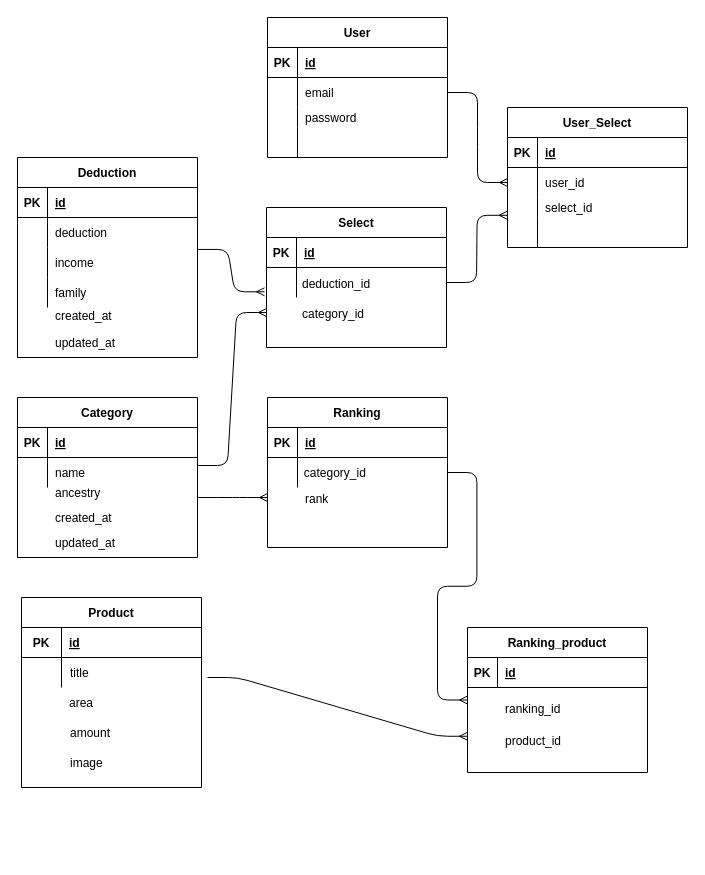
Before: page "ページ1" (1 of 2) of Untitled Diagram.drawio in kojikoji00/furusele-app, a draw.io diagram. Source tidied: cells renumbered, new cells numbered last; positions are measured from the earlier drawing's top-left corner, leaving out a move shared by most shapes. Both pictures are drawn from the tidied source at 100%, with x=0, y=0 at pixel (17, 17).
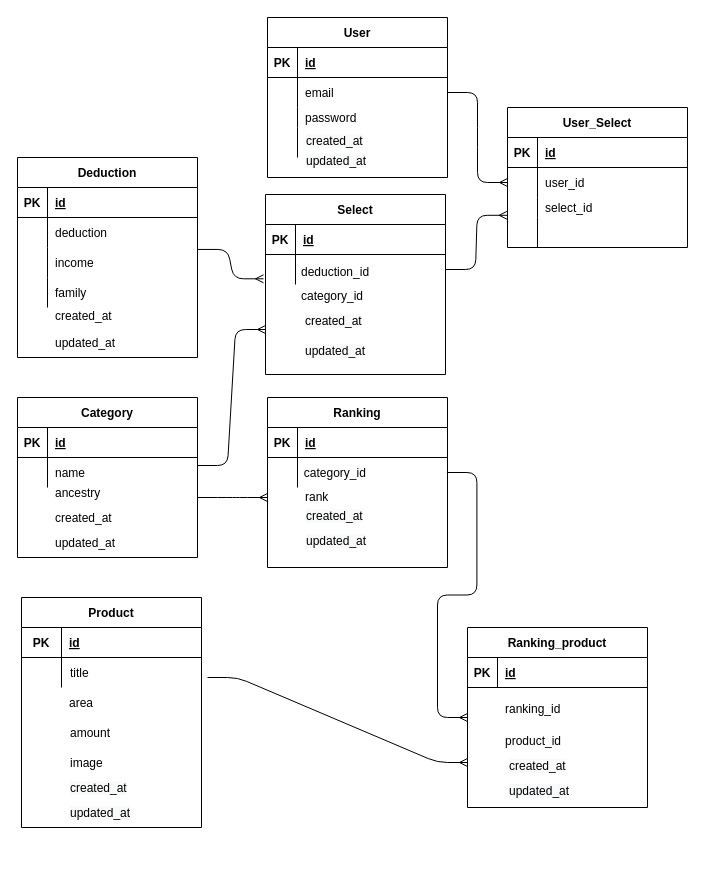
The same diagram, later.

Commit message (it also covers changes not shown here):
Untitled Diagram.drawio を更新します

The change refers to these unchanged cells:
```xml
<mxCell id="15" style="group;" parent="1" vertex="1">
  <mxGeometry x="5" y="580" width="180" height="260" as="geometry" />
</mxCell>
```

Change to the diagram source:
```diff
@@
     <mxCell id="16" value="Product" style="shape=table;startSize=30;childLayout=tableLayout;rowLines=0;fontStyle=1;align=center;" parent="15" vertex="1">
-      <mxGeometry x="-1" width="180" height="190" as="geometry" />
+      <mxGeometry x="-1" width="180" height="230" as="geometry" />
     </mxCell>
@@
+    <mxCell id="115" value="&lt;span style=&quot;color: rgb(0, 0, 0); font-family: helvetica; font-size: 12px; font-style: normal; font-weight: 400; letter-spacing: normal; text-align: left; text-indent: 0px; text-transform: none; word-spacing: 0px; background-color: rgb(248, 249, 250); display: inline; float: none;&quot;&gt;created_at&lt;/span&gt;" style="text;whiteSpace=wrap;html=1;" parent="15" vertex="1">
+      <mxGeometry x="46" y="177" width="80" height="30" as="geometry" />
+    </mxCell>
+    <mxCell id="116" value="&lt;span style=&quot;color: rgb(0 , 0 , 0) ; font-family: &amp;#34;helvetica&amp;#34; ; font-size: 12px ; font-style: normal ; font-weight: 400 ; letter-spacing: normal ; text-align: left ; text-indent: 0px ; text-transform: none ; word-spacing: 0px ; background-color: rgb(248 , 249 , 250) ; display: inline ; float: none&quot;&gt;updated_at&lt;/span&gt;" style="text;whiteSpace=wrap;html=1;" parent="15" vertex="1">
+      <mxGeometry x="46" y="202" width="80" height="30" as="geometry" />
+    </mxCell>
     <mxCell id="27" value="User" style="shape=table;startSize=30;childLayout=tableLayout;rowLines=0;fontStyle=1;align=center;" parent="1" vertex="1">
-      <mxGeometry x="250" width="180" height="140" as="geometry" />
+      <mxGeometry x="250" width="180" height="160" as="geometry" />
     </mxCell>
@@
     <mxCell id="40" style="group;" parent="1" vertex="1">
-      <mxGeometry x="450" y="620" width="180" height="145" as="geometry" />
+      <mxGeometry x="450" y="620" width="180" height="170" as="geometry" />
     </mxCell>
     <mxCell id="41" style="group;" parent="40" vertex="1">
-      <mxGeometry y="-10" width="180" height="145" as="geometry" />
+      <mxGeometry y="-10" width="180" height="180" as="geometry" />
     </mxCell>
@@
     <mxCell id="45" value="Ranking_product" style="shape=table;startSize=30;childLayout=tableLayout;rowLines=0;fontStyle=1;align=center;" parent="41" vertex="1">
-      <mxGeometry width="180" height="145" as="geometry" />
+      <mxGeometry width="180" height="180" as="geometry" />
     </mxCell>
@@
+    <mxCell id="117" value="&lt;span style=&quot;color: rgb(0, 0, 0); font-family: helvetica; font-size: 12px; font-style: normal; font-weight: 400; letter-spacing: normal; text-align: left; text-indent: 0px; text-transform: none; word-spacing: 0px; background-color: rgb(248, 249, 250); display: inline; float: none;&quot;&gt;created_at&lt;/span&gt;" style="text;whiteSpace=wrap;html=1;" parent="41" vertex="1">
+      <mxGeometry x="40" y="125" width="80" height="30" as="geometry" />
+    </mxCell>
+    <mxCell id="118" value="&lt;span style=&quot;color: rgb(0 , 0 , 0) ; font-family: &amp;#34;helvetica&amp;#34; ; font-size: 12px ; font-style: normal ; font-weight: 400 ; letter-spacing: normal ; text-align: left ; text-indent: 0px ; text-transform: none ; word-spacing: 0px ; background-color: rgb(248 , 249 , 250) ; display: inline ; float: none&quot;&gt;updated_at&lt;/span&gt;" style="text;whiteSpace=wrap;html=1;" parent="41" vertex="1">
+      <mxGeometry x="40" y="150" width="80" height="30" as="geometry" />
+    </mxCell>
     <mxCell id="49" style="group;" parent="1" vertex="1">
-      <mxGeometry x="250" y="380" width="190" height="150" as="geometry" />
+      <mxGeometry x="250" y="380" width="190" height="170" as="geometry" />
     </mxCell>
     <mxCell id="50" value="Ranking" style="shape=table;startSize=30;childLayout=tableLayout;rowLines=0;fontStyle=1;align=center;" parent="49" vertex="1">
-      <mxGeometry width="180" height="150" as="geometry" />
+      <mxGeometry width="180" height="170" as="geometry" />
     </mxCell>
@@
     <mxCell id="57" style="shape=partialRectangle;fillColor=none;top=0;left=0;bottom=0;right=0;points=[[0,0.5],[1,0.5]];portConstraint=eastwest;" parent="49" vertex="1">
-      <mxGeometry x="10" y="60" width="169.4" height="30" as="geometry" />
+      <mxGeometry x="10" y="58" width="169.4" height="34" as="geometry" />
     </mxCell>
     <mxCell id="58" style="shape=partialRectangle;fillColor=none;top=0;left=0;bottom=0;right=0;overflow=hidden;" parent="57" vertex="1">
-      <mxGeometry width="18.8" height="30" as="geometry" />
+      <mxGeometry width="18.8" height="34" as="geometry" />
     </mxCell>
     <mxCell id="59" value="category_id" style="shape=partialRectangle;fillColor=none;top=0;left=0;bottom=0;right=0;align=left;spacingLeft=6;overflow=hidden;" parent="57" vertex="1">
-      <mxGeometry x="18.8" width="150.6" height="30" as="geometry" />
+      <mxGeometry x="18.8" width="150.6" height="34" as="geometry" />
     </mxCell>
     <mxCell id="60" style="shape=partialRectangle;fillColor=none;top=0;left=0;bottom=0;right=0;" parent="49" vertex="1">
-      <mxGeometry x="10" y="100" width="180" height="20" as="geometry" />
+      <mxGeometry x="10" y="113.3" width="180" height="22.7" as="geometry" />
     </mxCell>
     <mxCell id="61" style="shape=partialRectangle;fillColor=none;top=0;left=0;bottom=0;right=0;overflow=hidden;" parent="60" vertex="1">
-      <mxGeometry width="20" height="1.9" as="geometry" />
+      <mxGeometry width="20" height="2.1" as="geometry" />
     </mxCell>
     <mxCell id="62" value="rank" style="shape=partialRectangle;fillColor=none;top=0;left=0;bottom=0;right=0;align=left;spacingLeft=6;overflow=hidden;" parent="60" vertex="1">
-      <mxGeometry x="20" width="160" height="1.2" as="geometry" />
+      <mxGeometry x="20" y="-30" width="160" height="31.4" as="geometry" />
     </mxCell>
@@
     <mxCell id="89" style="group;" parent="1" vertex="1">
-      <mxGeometry x="247" y="190" width="182" height="140" as="geometry" />
+      <mxGeometry x="246" y="177" width="182" height="180" as="geometry" />
     </mxCell>
     <mxCell id="90" style="group;" parent="89" vertex="1">
-      <mxGeometry width="180" height="140" as="geometry" />
+      <mxGeometry y="-10" width="180" height="183" as="geometry" />
     </mxCell>
     <mxCell id="91" value="deduction_id" style="shape=partialRectangle;fillColor=none;top=0;left=0;bottom=0;right=0;align=left;spacingLeft=6;overflow=hidden;" parent="90" vertex="1">
-      <mxGeometry x="30" y="61" width="150" height="30" as="geometry" />
+      <mxGeometry x="30" y="69.7" width="150" height="34.3" as="geometry" />
     </mxCell>
     <mxCell id="92" value="category_id" style="shape=partialRectangle;fillColor=none;top=0;left=0;bottom=0;right=0;align=left;spacingLeft=6;overflow=hidden;" parent="90" vertex="1">
-      <mxGeometry x="30" y="91" width="150" height="30" as="geometry" />
+      <mxGeometry x="30" y="94" width="150" height="34.3" as="geometry" />
     </mxCell>
+    <mxCell id="119" value="&lt;span style=&quot;color: rgb(0, 0, 0); font-family: helvetica; font-size: 12px; font-style: normal; font-weight: 400; letter-spacing: normal; text-align: left; text-indent: 0px; text-transform: none; word-spacing: 0px; background-color: rgb(248, 249, 250); display: inline; float: none;&quot;&gt;updated_at&lt;/span&gt;" style="text;whiteSpace=wrap;html=1;" parent="90" vertex="1">
+      <mxGeometry x="40" y="153" width="90" height="30" as="geometry" />
+    </mxCell>
+    <mxCell id="120" value="&lt;span style=&quot;color: rgb(0 , 0 , 0) ; font-family: &amp;#34;helvetica&amp;#34; ; font-size: 12px ; font-style: normal ; font-weight: 400 ; letter-spacing: normal ; text-align: left ; text-indent: 0px ; text-transform: none ; word-spacing: 0px ; background-color: rgb(248 , 249 , 250) ; display: inline ; float: none&quot;&gt;created_at&lt;/span&gt;" style="text;whiteSpace=wrap;html=1;" parent="90" vertex="1">
+      <mxGeometry x="40" y="123" width="90" height="30" as="geometry" />
+    </mxCell>
     <mxCell id="93" value="Select" style="shape=table;startSize=30;childLayout=tableLayout;rowLines=0;fontStyle=1;align=center;" parent="89" vertex="1">
-      <mxGeometry x="2" width="180" height="140" as="geometry" />
+      <mxGeometry x="2" width="180" height="180" as="geometry" />
     </mxCell>
@@
+    <mxCell id="121" value="&lt;span style=&quot;color: rgb(0, 0, 0); font-family: helvetica; font-size: 12px; font-style: normal; font-weight: 400; letter-spacing: normal; text-align: left; text-indent: 0px; text-transform: none; word-spacing: 0px; background-color: rgb(248, 249, 250); display: inline; float: none;&quot;&gt;created_at&lt;/span&gt;" style="text;whiteSpace=wrap;html=1;" parent="1" vertex="1">
+      <mxGeometry x="287" y="110" width="80" height="30" as="geometry" />
+    </mxCell>
+    <mxCell id="122" value="&lt;span style=&quot;color: rgb(0 , 0 , 0) ; font-family: &amp;#34;helvetica&amp;#34; ; font-size: 12px ; font-style: normal ; font-weight: 400 ; letter-spacing: normal ; text-align: left ; text-indent: 0px ; text-transform: none ; word-spacing: 0px ; background-color: rgb(248 , 249 , 250) ; display: inline ; float: none&quot;&gt;updated_at&lt;/span&gt;" style="text;whiteSpace=wrap;html=1;" parent="1" vertex="1">
+      <mxGeometry x="287" y="130" width="80" height="30" as="geometry" />
+    </mxCell>
+    <mxCell id="123" value="&lt;span style=&quot;color: rgb(0, 0, 0); font-family: helvetica; font-size: 12px; font-style: normal; font-weight: 400; letter-spacing: normal; text-align: left; text-indent: 0px; text-transform: none; word-spacing: 0px; background-color: rgb(248, 249, 250); display: inline; float: none;&quot;&gt;created_at&lt;/span&gt;" style="text;whiteSpace=wrap;html=1;" parent="1" vertex="1">
+      <mxGeometry x="287" y="485" width="80" height="30" as="geometry" />
+    </mxCell>
+    <mxCell id="124" value="&lt;span style=&quot;color: rgb(0 , 0 , 0) ; font-family: &amp;#34;helvetica&amp;#34; ; font-size: 12px ; font-style: normal ; font-weight: 400 ; letter-spacing: normal ; text-align: left ; text-indent: 0px ; text-transform: none ; word-spacing: 0px ; background-color: rgb(248 , 249 , 250) ; display: inline ; float: none&quot;&gt;updated_at&lt;/span&gt;" style="text;whiteSpace=wrap;html=1;" parent="1" vertex="1">
+      <mxGeometry x="287" y="510" width="80" height="30" as="geometry" />
+    </mxCell>
```
